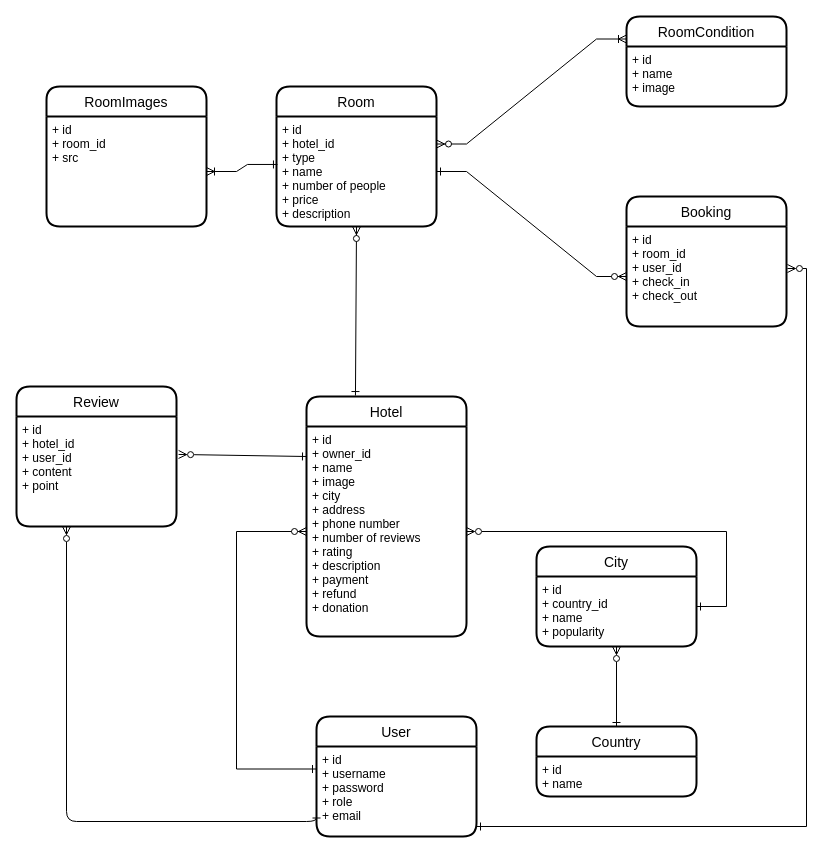
This is documentation/infological_model.drawio from semwett0301/booking-java-back, a draw.io file, before an edit. Source tidied: cells renumbered, new cells numbered last; positions are measured from the earlier drawing's top-left corner, leaving out a move shared by most shapes. Both pictures are drawn from the tidied source at 100%, with x=0, y=0 at pixel (16, 16).
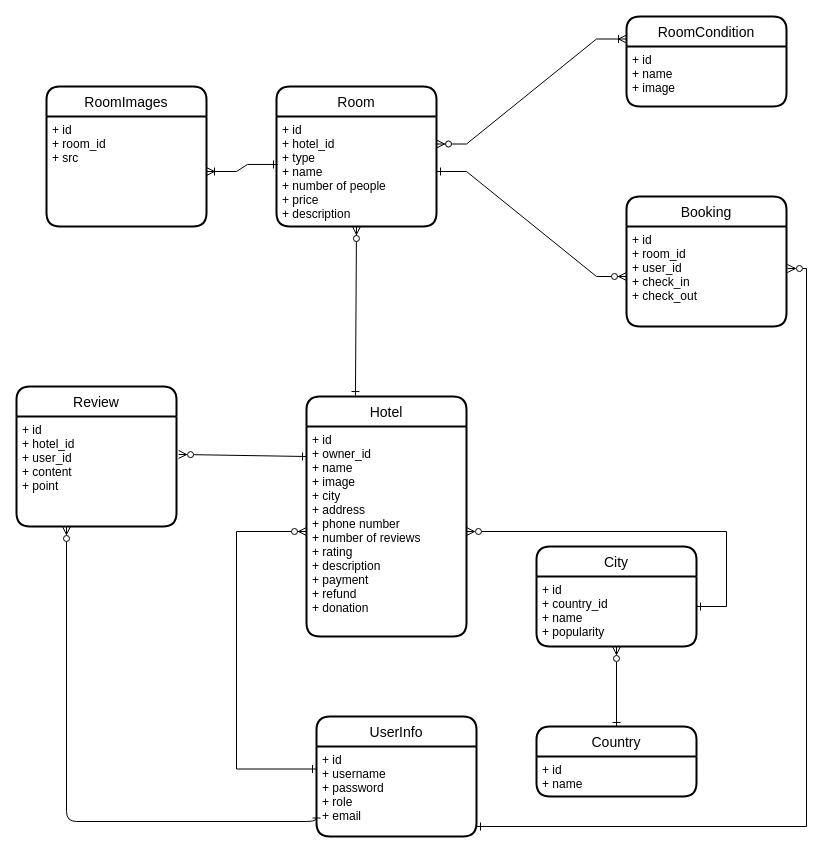
After the change.

Diff of the diagram source:
```diff
@@
-    <mxCell id="16" value="User" style="swimlane;horizontal=1;startSize=30;rounded=1;fontSize=14;fontStyle=0;strokeWidth=2;shadow=0;dashed=0;align=center;" parent="1" vertex="1">
+    <mxCell id="16" value="UserInfo" style="swimlane;horizontal=1;startSize=30;rounded=1;fontSize=14;fontStyle=0;strokeWidth=2;shadow=0;dashed=0;align=center;" parent="1" vertex="1">
       <mxGeometry x="300" y="700" width="160" height="120" as="geometry" />
     </mxCell>
```
